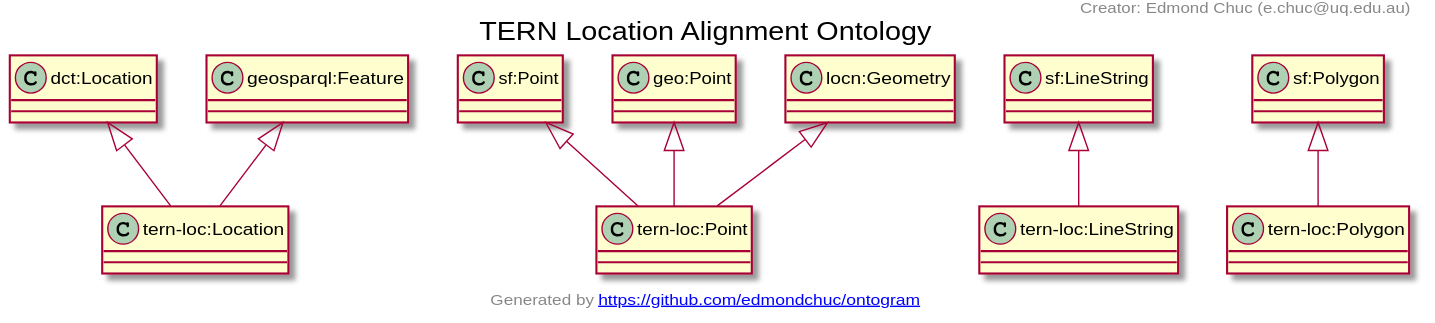
The PlantUML diagram docs/tern-loc.ttl.txt.svg in ternaustralia/ontology_tern-loc, before a commit.
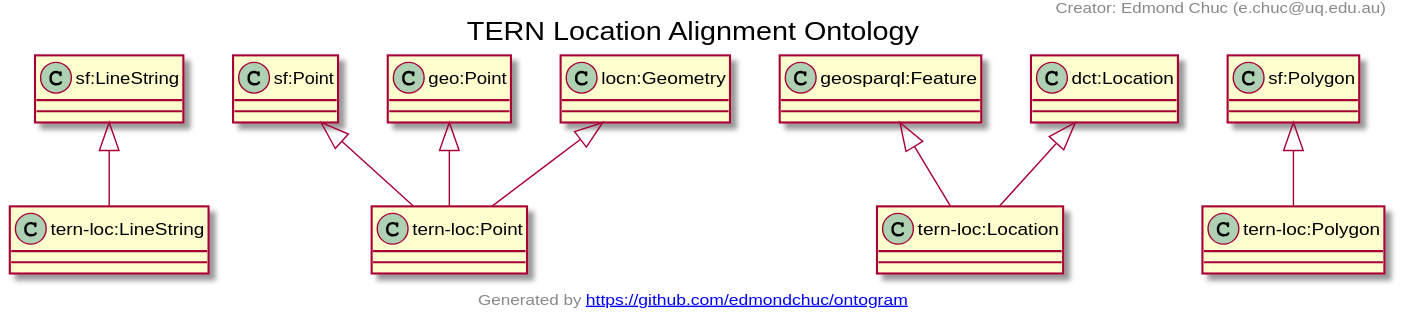
After the change.

Diff of the diagram source:
```diff
@@ -1,17 +1,17 @@
 @startuml
 title TERN Location Alignment Ontology
-"dct:Location" <|-- "tern-loc:Location"
-"geosparql:Feature" <|-- "tern-loc:Location"
+"sf:LineString" <|-- "tern-loc:LineString"
 "sf:Point" <|-- "tern-loc:Point"
 "geo:Point" <|-- "tern-loc:Point"
 "locn:Geometry" <|-- "tern-loc:Point"
-"sf:LineString" <|-- "tern-loc:LineString"
+"geosparql:Feature" <|-- "tern-loc:Location"
+"dct:Location" <|-- "tern-loc:Location"
 "sf:Polygon" <|-- "tern-loc:Polygon"
-Class "tern-loc:Location" [[https://w3id.org/tern/ontologies/loc/Location]] {
+Class "tern-loc:LineString" [[https://w3id.org/tern/ontologies/loc/LineString]] {
 }
 Class "tern-loc:Point" [[https://w3id.org/tern/ontologies/loc/Point]] {
 }
-Class "tern-loc:LineString" [[https://w3id.org/tern/ontologies/loc/LineString]] {
+Class "tern-loc:Location" [[https://w3id.org/tern/ontologies/loc/Location]] {
 }
 Class "tern-loc:Polygon" [[https://w3id.org/tern/ontologies/loc/Polygon]] {
 }
```
